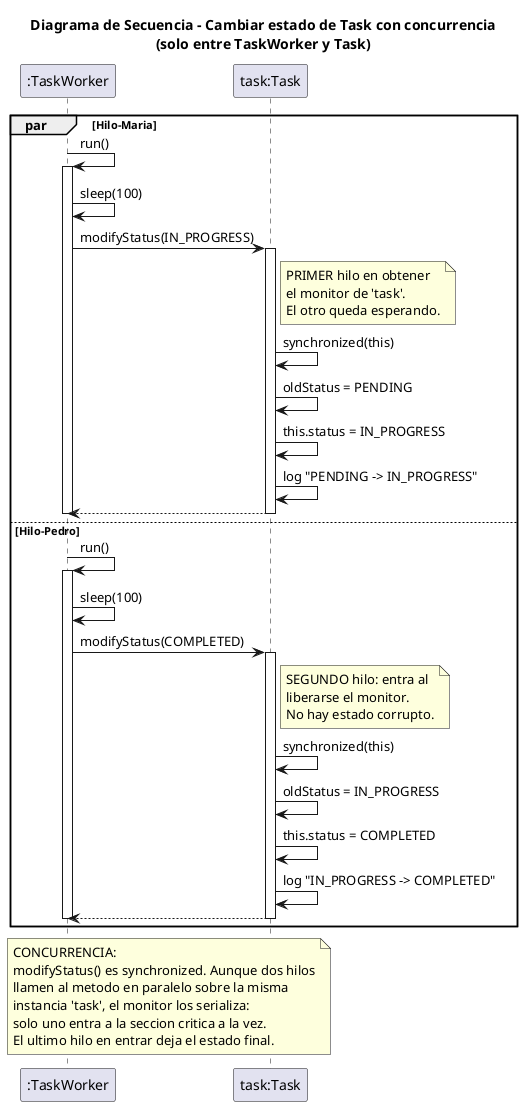
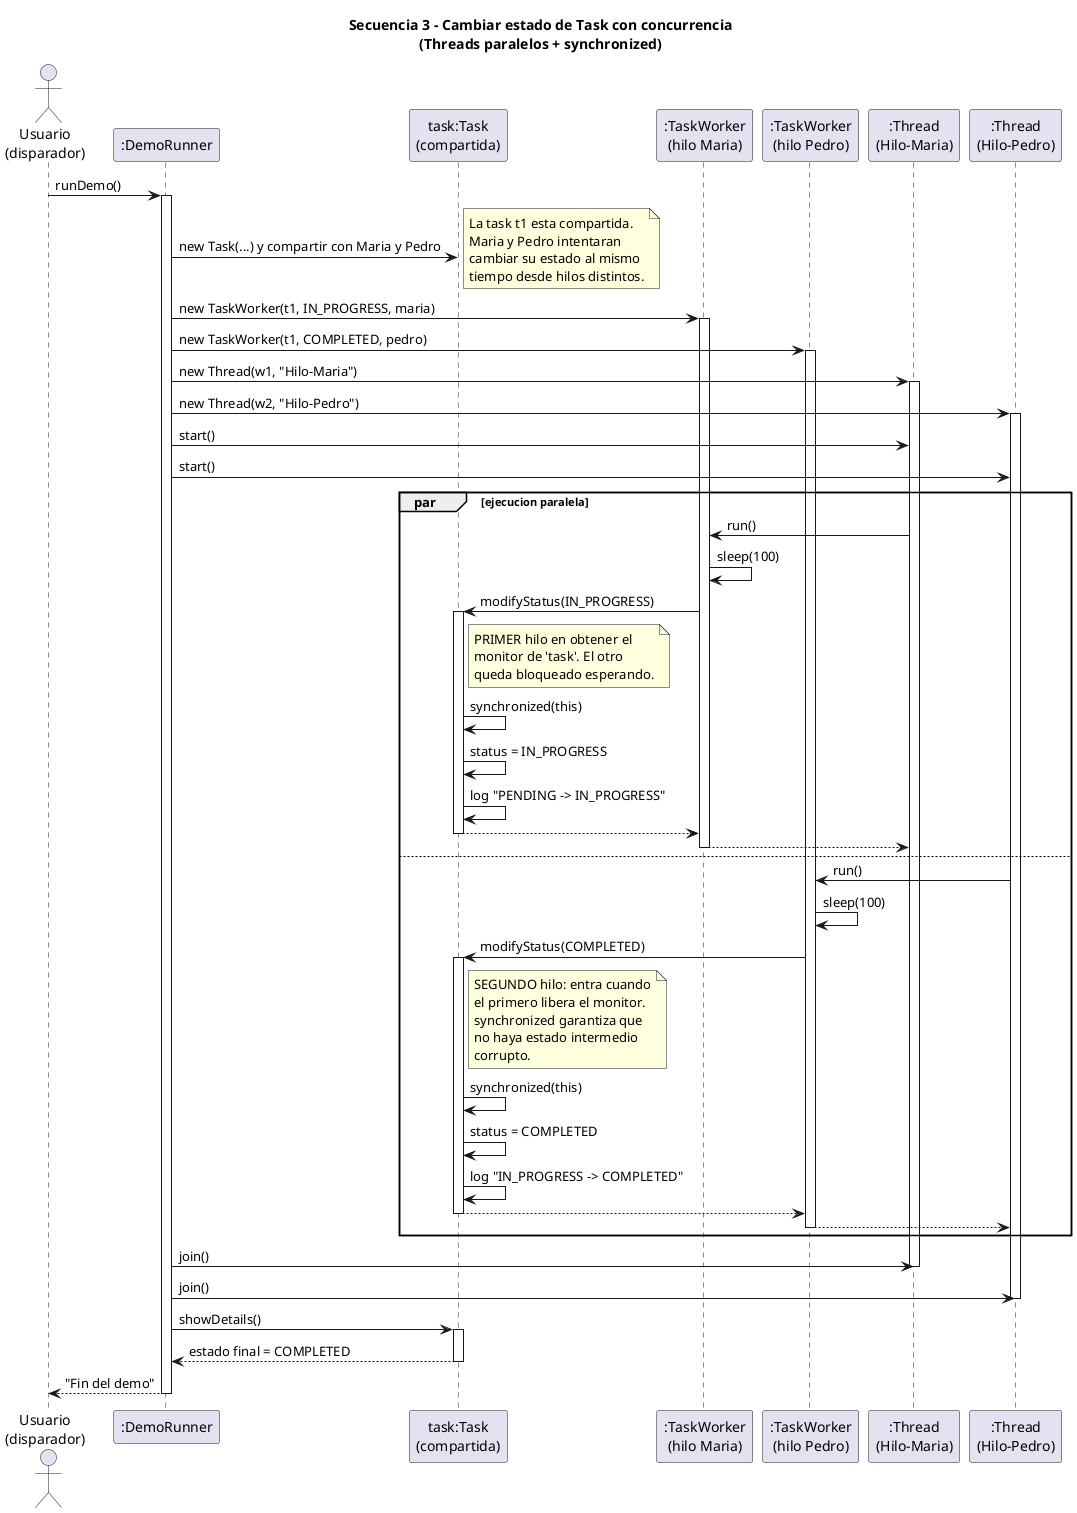
@startuml SecuenciaCambiarEstado
- title Diagrama de Secuencia - Cambiar estado de Task con concurrencia\n(solo entre TaskWorker y Task)
+ title Secuencia 3 - Cambiar estado de Task con concurrencia\n(Threads paralelos + synchronized)

- participant ":TaskWorker" as worker
- participant "task:Task" as task
+ actor "Usuario\n(disparador)" as U
+ participant ":DemoRunner" as demo
+ participant "task:Task\n(compartida)" as task
+ participant ":TaskWorker\n(hilo Maria)" as w1
+ participant ":TaskWorker\n(hilo Pedro)" as w2
+ participant ":Thread\n(Hilo-Maria)" as t1
+ participant ":Thread\n(Hilo-Pedro)" as t2

- par Hilo-Maria
-   worker -> worker : run()
-   activate worker
-   worker -> worker : sleep(100)
-   worker -> task : modifyStatus(IN_PROGRESS)
+ U -> demo : runDemo()
+ activate demo
+ 
+ demo -> task : new Task(...) y compartir con Maria y Pedro
+ note right
+   La task t1 esta compartida.
+   Maria y Pedro intentaran
+   cambiar su estado al mismo
+   tiempo desde hilos distintos.
+ end note
+ 
+ demo -> w1 : new TaskWorker(t1, IN_PROGRESS, maria)
+ activate w1
+ demo -> w2 : new TaskWorker(t1, COMPLETED, pedro)
+ activate w2
+ 
+ demo -> t1 : new Thread(w1, "Hilo-Maria")
+ activate t1
+ demo -> t2 : new Thread(w2, "Hilo-Pedro")
+ activate t2
+ 
+ ' === ARRANQUE DE LOS HILOS ===
+ demo -> t1 : start()
+ demo -> t2 : start()
+ 
+ ' === EJECUCION CONCURRENTE ===
+ par ejecucion paralela
+   t1 -> w1 : run()
+   w1 -> w1 : sleep(100)
+   w1 -> task : modifyStatus(IN_PROGRESS)
  activate task
  note right of task
-     PRIMER hilo en obtener
-     el monitor de 'task'.
-     El otro queda esperando.
+     PRIMER hilo en obtener el
+     monitor de 'task'. El otro
+     queda bloqueado esperando.
  end note
  task -> task : synchronized(this)
-   task -> task : oldStatus = PENDING
-   task -> task : this.status = IN_PROGRESS
+   task -> task : status = IN_PROGRESS
  task -> task : log "PENDING -> IN_PROGRESS"
-   task --> worker
+   task --> w1
  deactivate task
-   deactivate worker
- else Hilo-Pedro
-   worker -> worker : run()
-   activate worker
-   worker -> worker : sleep(100)
-   worker -> task : modifyStatus(COMPLETED)
+   w1 --> t1
+   deactivate w1
+ else
+   t2 -> w2 : run()
+   w2 -> w2 : sleep(100)
+   w2 -> task : modifyStatus(COMPLETED)
  activate task
  note right of task
-     SEGUNDO hilo: entra al
-     liberarse el monitor.
-     No hay estado corrupto.
+     SEGUNDO hilo: entra cuando
+     el primero libera el monitor.
+     synchronized garantiza que
+     no haya estado intermedio
+     corrupto.
  end note
  task -> task : synchronized(this)
-   task -> task : oldStatus = IN_PROGRESS
-   task -> task : this.status = COMPLETED
+   task -> task : status = COMPLETED
  task -> task : log "IN_PROGRESS -> COMPLETED"
-   task --> worker
+   task --> w2
  deactivate task
-   deactivate worker
+   w2 --> t2
+   deactivate w2
end

- note over worker, task
-   CONCURRENCIA:
-   modifyStatus() es synchronized. Aunque dos hilos
-   llamen al metodo en paralelo sobre la misma
-   instancia 'task', el monitor los serializa:
-   solo uno entra a la seccion critica a la vez.
-   El ultimo hilo en entrar deja el estado final.
- end note
+ demo -> t1 : join()
+ deactivate t1
+ demo -> t2 : join()
+ deactivate t2
+ 
+ demo -> task : showDetails()
+ activate task
+ task --> demo : estado final = COMPLETED
+ deactivate task
+ 
+ demo --> U : "Fin del demo"
+ deactivate demo

@enduml
